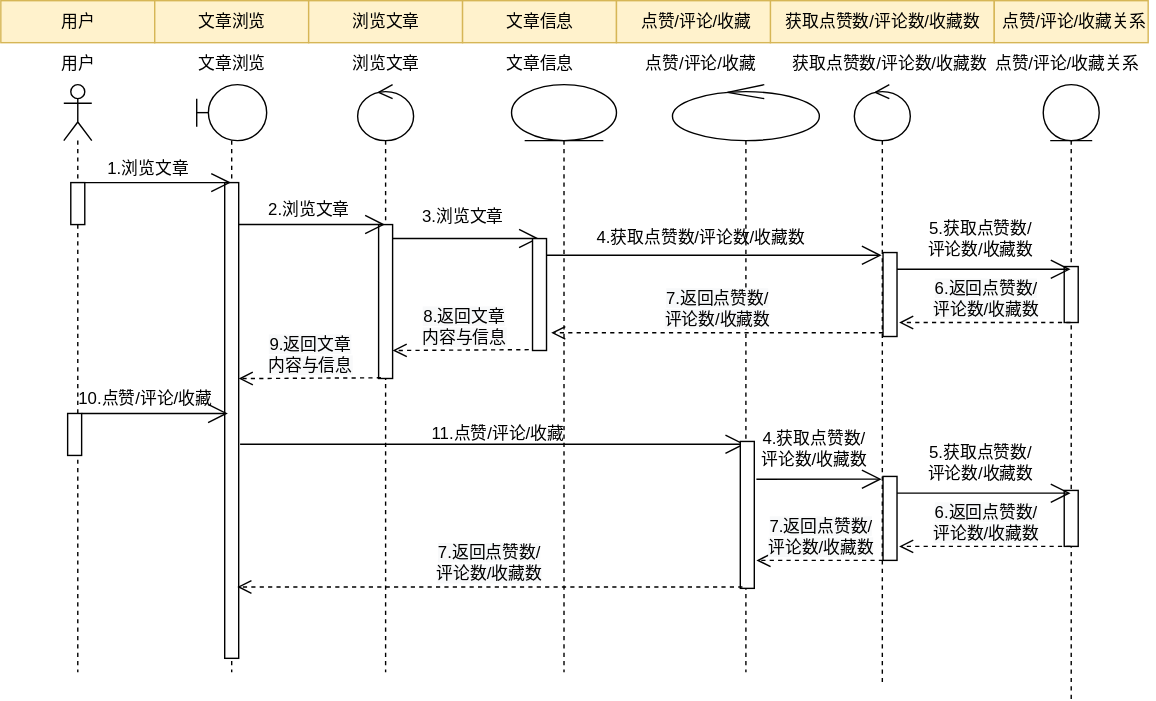
This is 文章浏览序列图.drawio.svg from WuShangMo/SquidGame1, a draw.io export, as it was before one commit. Source tidied: cells renumbered, new cells last; positions are measured from the earlier drawing's top-left corner, leaving out a move shared by most shapes.
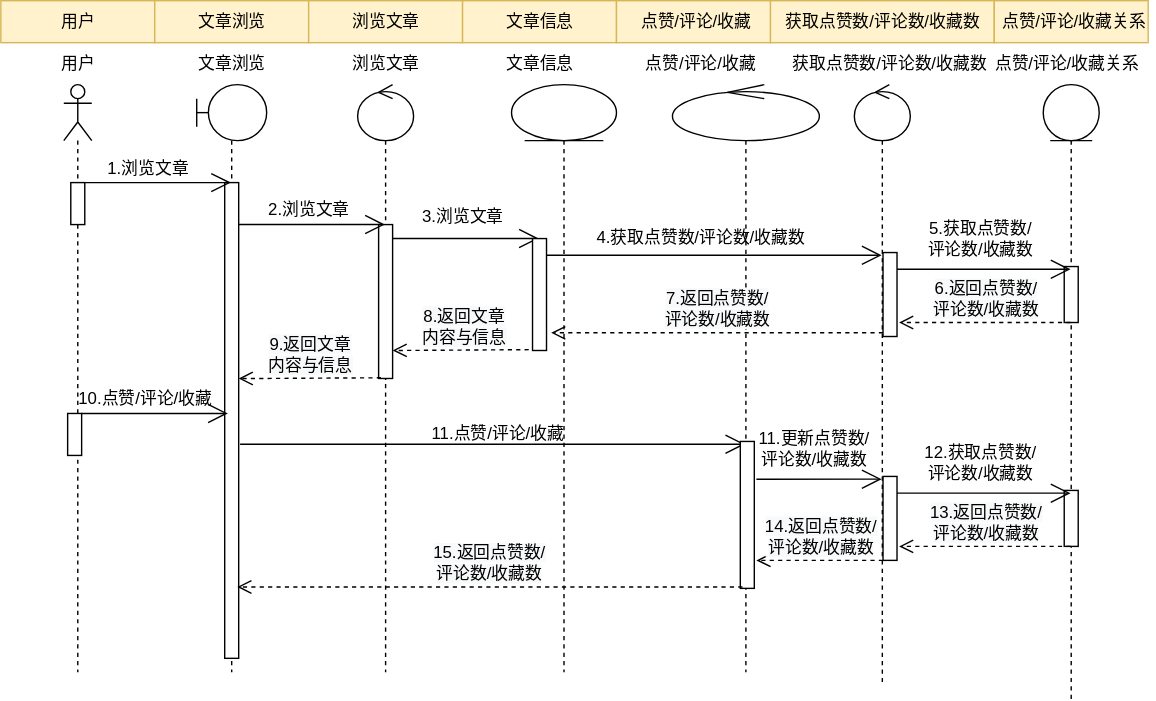
Above is the later version.

Commit message:
更新文章浏览序列图.drawio.svg

Diff of the diagram source:
```diff
@@ -60,7 +60,7 @@
     <mxCell id="19" style="html=1;perimeter=orthogonalPerimeter;" parent="16" vertex="1">
       <mxGeometry x="48.5" y="255" width="10" height="105" as="geometry" />
     </mxCell>
-    <mxCell id="20" value="&lt;span style=&quot;font-size: 12px; background-color: rgb(248, 249, 250);&quot;&gt;7.返回点赞数/&lt;/span&gt;&lt;br style=&quot;font-size: 12px; background-color: rgb(248, 249, 250);&quot;&gt;&lt;span style=&quot;font-size: 12px; background-color: rgb(248, 249, 250);&quot;&gt;评论数/收藏数&lt;/span&gt;" style="html=1;verticalAlign=bottom;endArrow=open;dashed=1;endSize=8;rounded=0;" parent="16" edge="1">
+    <mxCell id="20" value="&lt;span style=&quot;font-size: 12px; background-color: rgb(248, 249, 250);&quot;&gt;15.返回点赞数/&lt;/span&gt;&lt;br style=&quot;font-size: 12px; background-color: rgb(248, 249, 250);&quot;&gt;&lt;span style=&quot;font-size: 12px; background-color: rgb(248, 249, 250);&quot;&gt;评论数/收藏数&lt;/span&gt;" style="html=1;verticalAlign=bottom;endArrow=open;dashed=1;endSize=8;rounded=0;" parent="16" edge="1">
       <mxGeometry relative="1" as="geometry">
         <mxPoint x="50" y="359" as="sourcePoint" />
         <mxPoint x="-311" y="359" as="targetPoint" />
@@ -90,16 +90,16 @@
         <mxPoint x="19.5" y="292" as="targetPoint" />
       </mxGeometry>
     </mxCell>
-    <mxCell id="27" value="5.获取点赞数/&lt;br&gt;评论数/收藏数" style="text;html=1;align=center;verticalAlign=middle;strokeColor=none;fillColor=none;" parent="21" vertex="1">
+    <mxCell id="27" value="12.获取点赞数/&lt;br&gt;评论数/收藏数" style="text;html=1;align=center;verticalAlign=middle;strokeColor=none;fillColor=none;" parent="21" vertex="1">
       <mxGeometry x="-95" y="250" width="100" height="40" as="geometry" />
     </mxCell>
-    <mxCell id="28" value="&lt;span style=&quot;font-size: 12px; background-color: rgb(248, 249, 250);&quot;&gt;6.返回点赞数/&lt;/span&gt;&lt;br style=&quot;font-size: 12px; background-color: rgb(248, 249, 250);&quot;&gt;&lt;span style=&quot;font-size: 12px; background-color: rgb(248, 249, 250);&quot;&gt;评论数/收藏数&lt;/span&gt;" style="html=1;verticalAlign=bottom;endArrow=open;dashed=1;endSize=8;rounded=0;" parent="21" edge="1">
+    <mxCell id="28" value="&lt;span style=&quot;font-size: 12px; background-color: rgb(248, 249, 250);&quot;&gt;13.返回点赞数/&lt;/span&gt;&lt;br style=&quot;font-size: 12px; background-color: rgb(248, 249, 250);&quot;&gt;&lt;span style=&quot;font-size: 12px; background-color: rgb(248, 249, 250);&quot;&gt;评论数/收藏数&lt;/span&gt;" style="html=1;verticalAlign=bottom;endArrow=open;dashed=1;endSize=8;rounded=0;" parent="21" edge="1">
       <mxGeometry relative="1" as="geometry">
         <mxPoint x="19.5" y="330" as="sourcePoint" />
         <mxPoint x="-103" y="330" as="targetPoint" />
       </mxGeometry>
     </mxCell>
-    <mxCell id="29" value="&lt;span style=&quot;font-size: 12px; background-color: rgb(248, 249, 250);&quot;&gt;7.返回点赞数/&lt;/span&gt;&lt;br style=&quot;font-size: 12px; background-color: rgb(248, 249, 250);&quot;&gt;&lt;span style=&quot;font-size: 12px; background-color: rgb(248, 249, 250);&quot;&gt;评论数/收藏数&lt;/span&gt;" style="html=1;verticalAlign=bottom;endArrow=open;dashed=1;endSize=8;rounded=0;" parent="21" edge="1" source="25">
+    <mxCell id="29" value="&lt;span style=&quot;font-size: 12px; background-color: rgb(248, 249, 250);&quot;&gt;14.返回点赞数/&lt;/span&gt;&lt;br style=&quot;font-size: 12px; background-color: rgb(248, 249, 250);&quot;&gt;&lt;span style=&quot;font-size: 12px; background-color: rgb(248, 249, 250);&quot;&gt;评论数/收藏数&lt;/span&gt;" style="html=1;verticalAlign=bottom;endArrow=open;dashed=1;endSize=8;rounded=0;" parent="21" edge="1" source="25">
       <mxGeometry relative="1" as="geometry">
         <mxPoint x="-205" y="340" as="targetPoint" />
       </mxGeometry>
@@ -204,7 +204,7 @@
     <mxCell id="56" value="10.点赞/评论/收藏" style="text;html=1;align=center;verticalAlign=middle;strokeColor=none;fillColor=none;" parent="1" vertex="1">
       <mxGeometry x="42.8" y="270" width="120" height="30" as="geometry" />
     </mxCell>
-    <mxCell id="57" value="4.获取点赞数/&lt;br&gt;评论数/收藏数" style="text;html=1;align=center;verticalAlign=middle;strokeColor=none;fillColor=none;" parent="1" vertex="1">
+    <mxCell id="57" value="11.更新点赞数/&lt;br&gt;评论数/收藏数" style="text;html=1;align=center;verticalAlign=middle;strokeColor=none;fillColor=none;" parent="1" vertex="1">
       <mxGeometry x="530.5" y="300" width="100" height="40" as="geometry" />
     </mxCell>
   </root>
```
